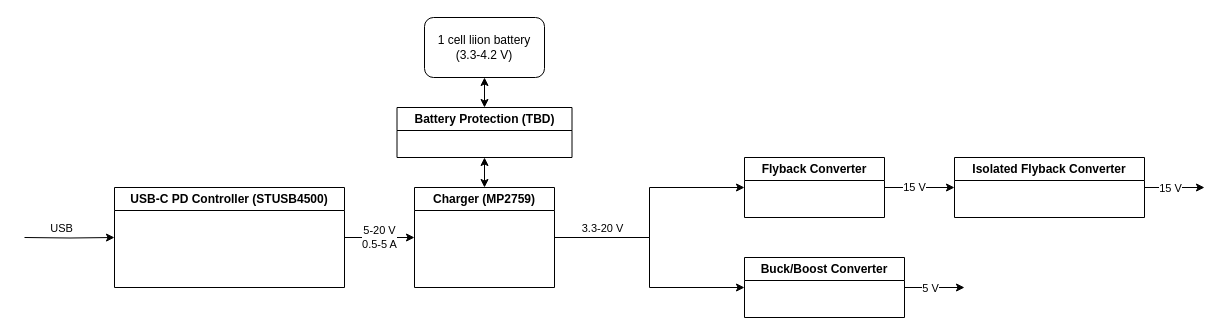
This is drawio/PSU.drawio from nicholasnloehrke/87s_research, a draw.io file, before an edit. Source tidied: cells renumbered, new cells numbered last; positions are measured from the earlier drawing's top-left corner, leaving out a move shared by most shapes. Both pictures are drawn from the tidied source at 100%, with x=0, y=0 at pixel (24, 17).
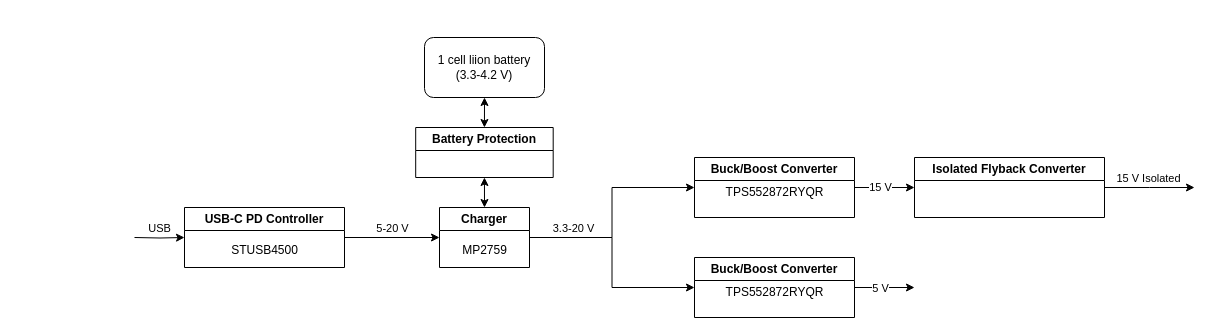
Above is the later version.

Commit message (it also covers changes not shown here):
finilazing psu topologies

Unchanged cells that the change refers to:
```xml
<mxCell id="4" style="edgeStyle=orthogonalEdgeStyle;rounded=0;jettySize=auto;html=1;exitX=1;exitY=0.5;exitDx=0;exitDy=0;entryX=0;entryY=0.5;entryDx=0;entryDy=0;" parent="1" edge="1" source="6" target="10">
  <mxGeometry relative="1" as="geometry" />
</mxCell>
```

The edit, as a diff of the source:
```diff
@@
-    <mxCell id="2" style="edgeStyle=orthogonalEdgeStyle;rounded=0;jettySize=auto;html=1;exitX=0;exitY=0.5;exitDx=0;exitDy=0;entryX=0;entryY=0.5;entryDx=0;entryDy=0;" parent="1" edge="1" target="6">
+    <mxCell id="2" style="edgeStyle=orthogonalEdgeStyle;rounded=0;jettySize=auto;html=1;entryX=0;entryY=0.5;entryDx=0;entryDy=0;" parent="1" edge="1" target="6">
       <mxGeometry relative="1" as="geometry">
-        <mxPoint y="220" as="sourcePoint" />
+        <mxPoint x="110" y="220" as="sourcePoint" />
       </mxGeometry>
     </mxCell>
@@
-    <mxCell id="5" value="5-20 V&lt;div&gt;0.5-5 A&lt;/div&gt;" style="edgeLabel;html=1;align=center;verticalAlign=middle;" parent="4" vertex="1">
-      <mxGeometry x="-0.02" y="1" relative="1" as="geometry" />
+    <mxCell id="5" value="5-20 V" style="edgeLabel;html=1;align=center;verticalAlign=middle;" parent="4" vertex="1">
+      <mxGeometry x="-0.02" y="1" relative="1" as="geometry">
+        <mxPoint y="-9" as="offset" />
+      </mxGeometry>
     </mxCell>
-    <mxCell id="6" value="USB-C PD Controller (STUSB4500)" style="swimlane;whiteSpace=wrap;html=1;" parent="1" vertex="1">
-      <mxGeometry x="90" y="170" width="230" height="100" as="geometry" />
+    <mxCell id="6" value="USB-C PD Controller" style="swimlane;whiteSpace=wrap;html=1;" parent="1" vertex="1">
+      <mxGeometry x="160" y="190" width="160" height="60" as="geometry" />
     </mxCell>
+    <mxCell id="24" value="&lt;span style=&quot;text-wrap: wrap;&quot;&gt;STUSB4500&lt;/span&gt;" style="text;html=1;align=center;verticalAlign=middle;strokeColor=none;fillColor=none;" parent="6" vertex="1">
+      <mxGeometry x="35" y="28" width="90" height="30" as="geometry" />
+    </mxCell>
@@
-    <mxCell id="10" value="Charger (MP2759)" style="swimlane;whiteSpace=wrap;html=1;" parent="1" vertex="1">
-      <mxGeometry x="390" y="170" width="140" height="100" as="geometry" />
+    <mxCell id="10" value="Charger" style="swimlane;whiteSpace=wrap;html=1;" parent="1" vertex="1">
+      <mxGeometry x="415" y="190" width="90" height="60" as="geometry" />
     </mxCell>
     <mxCell id="11" value="1 cell liion battery&lt;div&gt;(3.3-4.2 V)&lt;/div&gt;" style="rounded=1;whiteSpace=wrap;html=1;" parent="1" vertex="1">
-      <mxGeometry x="400" width="120" height="60" as="geometry" />
+      <mxGeometry x="400" y="20" width="120" height="60" as="geometry" />
     </mxCell>
-    <mxCell id="12" value="Battery Protection (TBD)" style="swimlane;whiteSpace=wrap;html=1;" parent="1" vertex="1">
-      <mxGeometry x="372.5" y="90" width="175" height="50" as="geometry" />
+    <mxCell id="12" value="Battery Protection" style="swimlane;whiteSpace=wrap;html=1;" parent="1" vertex="1">
+      <mxGeometry x="391.2" y="110" width="137.5" height="50" as="geometry" />
     </mxCell>
@@
-    <mxCell id="17" value="Flyback Converter" style="swimlane;whiteSpace=wrap;html=1;" parent="1" vertex="1">
-      <mxGeometry x="720" y="140" width="140" height="60" as="geometry" />
+    <mxCell id="17" value="Buck/Boost Converter" style="swimlane;whiteSpace=wrap;html=1;" parent="1" vertex="1">
+      <mxGeometry x="670" y="140" width="160" height="60" as="geometry" />
     </mxCell>
+    <mxCell id="25" value="TPS552872RYQR" style="text;html=1;align=center;verticalAlign=middle;strokeColor=none;fillColor=none;" parent="17" vertex="1">
+      <mxGeometry x="20" y="20" width="120" height="30" as="geometry" />
+    </mxCell>
     <mxCell id="18" style="edgeStyle=orthogonalEdgeStyle;rounded=0;jettySize=auto;html=1;exitX=1;exitY=0.5;exitDx=0;exitDy=0;" parent="1" edge="1" source="20">
       <mxGeometry relative="1" as="geometry">
-        <mxPoint x="1180" y="170" as="targetPoint" />
+        <mxPoint x="1170" y="170" as="targetPoint" />
       </mxGeometry>
     </mxCell>
-    <mxCell id="19" value="15 V" style="edgeLabel;html=1;align=center;verticalAlign=middle;" parent="18" vertex="1">
+    <mxCell id="19" value="15 V Isolated" style="edgeLabel;html=1;align=center;verticalAlign=middle;" parent="18" vertex="1">
       <mxGeometry x="0.21" relative="1" as="geometry">
-        <mxPoint x="-11" as="offset" />
+        <mxPoint x="-11" y="-10" as="offset" />
       </mxGeometry>
     </mxCell>
     <mxCell id="20" value="Isolated Flyback Converter" style="swimlane;whiteSpace=wrap;html=1;" parent="1" vertex="1">
-      <mxGeometry x="930" y="140" width="190" height="60" as="geometry" />
+      <mxGeometry x="890" y="140" width="190" height="60" as="geometry" />
     </mxCell>
-    <mxCell id="21" value="Buck/Boost Converter" style="swimlane;whiteSpace=wrap;html=1;" parent="1" vertex="1">
-      <mxGeometry x="720" y="240" width="160" height="60" as="geometry" />
-    </mxCell>
-    <mxCell id="22" style="edgeStyle=orthogonalEdgeStyle;rounded=0;jettySize=auto;html=1;exitX=1;exitY=0.5;exitDx=0;exitDy=0;" parent="1" edge="1" source="21">
+    <mxCell id="22" style="edgeStyle=orthogonalEdgeStyle;rounded=0;orthogonalLoop=1;jettySize=auto;html=1;exitX=1;exitY=0.5;exitDx=0;exitDy=0;" parent="1" edge="1">
       <mxGeometry relative="1" as="geometry">
-        <mxPoint x="940" y="270" as="targetPoint" />
+        <mxPoint x="830" y="270" as="sourcePoint" />
+        <mxPoint x="890" y="270" as="targetPoint" />
       </mxGeometry>
     </mxCell>
@@
+    <mxCell id="21" value="Buck/Boost Converter" style="swimlane;whiteSpace=wrap;html=1;" parent="1" vertex="1">
+      <mxGeometry x="670" y="240" width="160" height="60" as="geometry" />
+    </mxCell>
+    <mxCell id="26" value="TPS552872RYQR" style="text;html=1;align=center;verticalAlign=middle;strokeColor=none;fillColor=none;" parent="21" vertex="1">
+      <mxGeometry x="20" y="20" width="120" height="30" as="geometry" />
+    </mxCell>
+    <mxCell id="27" value="MP2759" style="text;html=1;align=center;verticalAlign=middle;strokeColor=none;fillColor=none;" parent="1" vertex="1">
+      <mxGeometry x="425" y="218" width="70" height="30" as="geometry" />
+    </mxCell>
```
